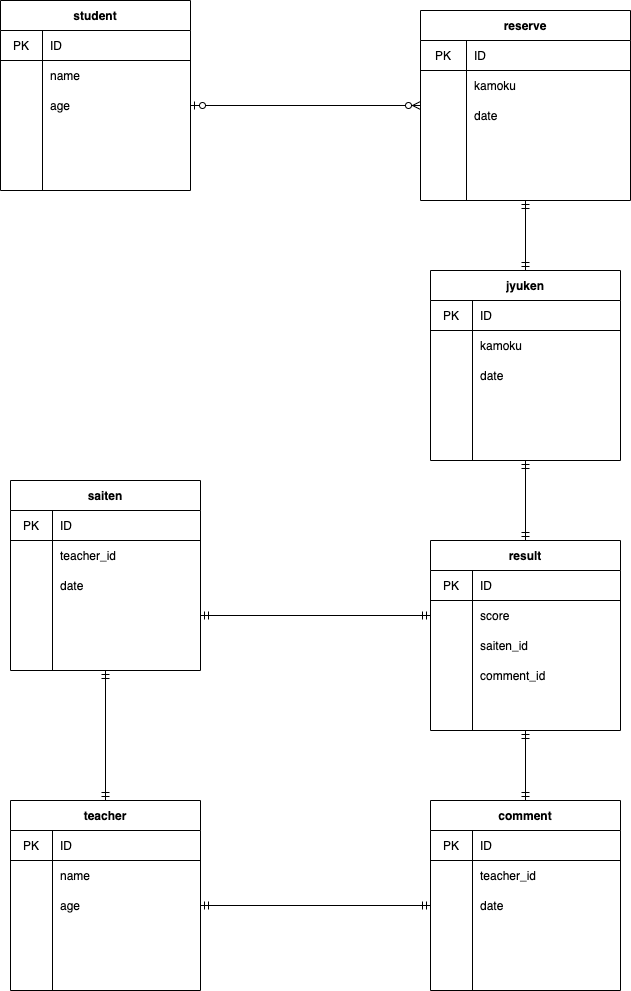
The draw.io diagram index.drawio.png in shota-hash/DATA, before a commit. Source tidied: cells renumbered, new cells last; positions are measured from the earlier drawing's top-left corner, leaving out a move shared by most shapes.
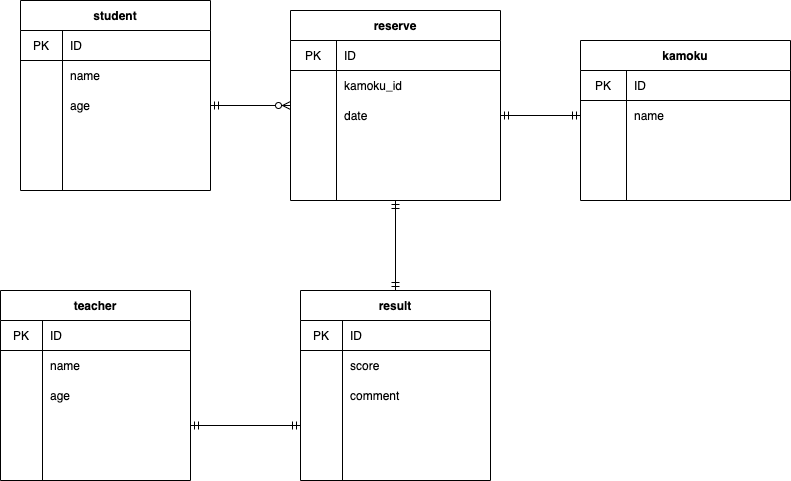
Above is the later version.

Diff of the diagram source:
```diff
@@ -2,11 +2,8 @@
   <root>
     <mxCell id="0" />
     <mxCell id="1" parent="0" />
-    <mxCell id="2" style="edgeStyle=none;rounded=0;jettySize=auto;html=1;exitX=0.5;exitY=0;exitDx=0;exitDy=0;entryX=0.5;entryY=1;entryDx=0;entryDy=0;startArrow=ERmandOne;startFill=0;endArrow=ERmandOne;endFill=0;" parent="1" edge="1" source="3" target="81">
-      <mxGeometry relative="1" as="geometry" />
-    </mxCell>
     <mxCell id="3" value="teacher" style="shape=table;startSize=30;rowLines=0;fontStyle=1;align=center;" parent="1" vertex="1">
-      <mxGeometry x="10" y="800" width="190" height="190" as="geometry" />
+      <mxGeometry x="-80" y="300" width="190" height="190" as="geometry" />
     </mxCell>
     <mxCell id="4" style="shape=partialRectangle;html=1;whiteSpace=wrap;fillColor=none;top=0;left=0;bottom=1;right=0;" parent="3" vertex="1">
       <mxGeometry y="30" width="190" height="30" as="geometry" />
@@ -44,11 +41,8 @@
     <mxCell id="15" style="shape=partialRectangle;html=1;whiteSpace=wrap;fillColor=none;top=0;left=0;bottom=0;right=0;align=left;spacingLeft=6;overflow=hidden;" parent="13" vertex="1">
       <mxGeometry x="42" width="148" height="30" as="geometry" />
     </mxCell>
-    <mxCell id="16" style="edgeStyle=none;rounded=0;jettySize=auto;html=1;exitX=0.5;exitY=1;exitDx=0;exitDy=0;entryX=0.5;entryY=0;entryDx=0;entryDy=0;startArrow=ERmandOne;startFill=0;endArrow=ERmandOne;endFill=0;" parent="1" edge="1" source="17" target="68">
-      <mxGeometry relative="1" as="geometry" />
-    </mxCell>
     <mxCell id="17" value="result" style="shape=table;startSize=30;rowLines=0;fontStyle=1;align=center;" parent="1" vertex="1">
-      <mxGeometry x="430" y="540" width="190" height="190" as="geometry" />
+      <mxGeometry x="220" y="300" width="190" height="190" as="geometry" />
     </mxCell>
     <mxCell id="18" style="shape=partialRectangle;html=1;whiteSpace=wrap;fillColor=none;top=0;left=0;bottom=1;right=0;" parent="17" vertex="1">
       <mxGeometry y="30" width="190" height="30" as="geometry" />
@@ -74,7 +68,7 @@
     <mxCell id="25" style="shape=partialRectangle;html=1;whiteSpace=wrap;fillColor=none;top=0;left=0;bottom=0;right=0;overflow=hidden;" parent="24" vertex="1">
       <mxGeometry width="42" height="30" as="geometry" />
     </mxCell>
-    <mxCell id="26" value="saiten_id" style="shape=partialRectangle;html=1;whiteSpace=wrap;fillColor=none;top=0;left=0;bottom=0;right=0;align=left;spacingLeft=6;overflow=hidden;" parent="24" vertex="1">
+    <mxCell id="26" value="comment" style="shape=partialRectangle;html=1;whiteSpace=wrap;fillColor=none;top=0;left=0;bottom=0;right=0;align=left;spacingLeft=6;overflow=hidden;" parent="24" vertex="1">
       <mxGeometry x="42" width="148" height="30" as="geometry" />
     </mxCell>
     <mxCell id="27" style="shape=partialRectangle;html=1;whiteSpace=wrap;fillColor=none;top=0;left=0;bottom=0;right=0;points=[[0,0.5],[1,0.5]];portConstraint=eastwest;" parent="17" vertex="1">
@@ -83,56 +77,14 @@
     <mxCell id="28" style="shape=partialRectangle;html=1;whiteSpace=wrap;fillColor=none;top=0;left=0;bottom=0;right=0;overflow=hidden;" parent="27" vertex="1">
       <mxGeometry width="42" height="30" as="geometry" />
     </mxCell>
-    <mxCell id="29" value="comment_id" style="shape=partialRectangle;html=1;whiteSpace=wrap;fillColor=none;top=0;left=0;bottom=0;right=0;align=left;spacingLeft=6;overflow=hidden;" parent="27" vertex="1">
+    <mxCell id="29" style="shape=partialRectangle;html=1;whiteSpace=wrap;fillColor=none;top=0;left=0;bottom=0;right=0;align=left;spacingLeft=6;overflow=hidden;" parent="27" vertex="1">
       <mxGeometry x="42" width="148" height="30" as="geometry" />
     </mxCell>
-    <mxCell id="30" style="edgeStyle=none;rounded=0;jettySize=auto;html=1;exitX=0.5;exitY=1;exitDx=0;exitDy=0;entryX=0.5;entryY=0;entryDx=0;entryDy=0;startArrow=ERmandOne;startFill=0;endArrow=ERmandOne;endFill=0;" parent="1" edge="1" source="31" target="17">
-      <mxGeometry relative="1" as="geometry" />
-    </mxCell>
-    <mxCell id="31" value="jyuken" style="shape=table;startSize=30;rowLines=0;fontStyle=1;align=center;" parent="1" vertex="1">
-      <mxGeometry x="430" y="270" width="190" height="190" as="geometry" />
-    </mxCell>
-    <mxCell id="32" style="shape=partialRectangle;html=1;whiteSpace=wrap;fillColor=none;top=0;left=0;bottom=1;right=0;" parent="31" vertex="1">
-      <mxGeometry y="30" width="190" height="30" as="geometry" />
-    </mxCell>
-    <mxCell id="33" value="PK" style="shape=partialRectangle;html=1;whiteSpace=wrap;fillColor=none;top=0;left=0;bottom=0;right=0;overflow=hidden;" parent="32" vertex="1">
-      <mxGeometry width="42" height="30" as="geometry" />
-    </mxCell>
-    <mxCell id="34" value="ID" style="shape=partialRectangle;html=1;whiteSpace=wrap;fillColor=none;top=0;left=0;bottom=0;right=0;align=left;spacingLeft=6;overflow=hidden;" parent="32" vertex="1">
-      <mxGeometry x="42" width="148" height="30" as="geometry" />
-    </mxCell>
-    <mxCell id="35" style="shape=partialRectangle;html=1;whiteSpace=wrap;fillColor=none;top=0;left=0;bottom=0;right=0;" parent="31" vertex="1">
-      <mxGeometry y="60" width="190" height="30" as="geometry" />
-    </mxCell>
-    <mxCell id="36" style="shape=partialRectangle;html=1;whiteSpace=wrap;fillColor=none;top=0;left=0;bottom=0;right=0;overflow=hidden;" parent="35" vertex="1">
-      <mxGeometry width="42" height="30" as="geometry" />
-    </mxCell>
-    <mxCell id="37" value="kamoku" style="shape=partialRectangle;html=1;whiteSpace=wrap;fillColor=none;top=0;left=0;bottom=0;right=0;align=left;spacingLeft=6;overflow=hidden;" parent="35" vertex="1">
-      <mxGeometry x="42" width="148" height="30" as="geometry" />
-    </mxCell>
-    <mxCell id="38" style="shape=partialRectangle;html=1;whiteSpace=wrap;fillColor=none;top=0;left=0;bottom=0;right=0;" parent="31" vertex="1">
-      <mxGeometry y="90" width="190" height="30" as="geometry" />
-    </mxCell>
-    <mxCell id="39" style="shape=partialRectangle;html=1;whiteSpace=wrap;fillColor=none;top=0;left=0;bottom=0;right=0;overflow=hidden;" parent="38" vertex="1">
-      <mxGeometry width="42" height="30" as="geometry" />
-    </mxCell>
-    <mxCell id="40" value="date" style="shape=partialRectangle;html=1;whiteSpace=wrap;fillColor=none;top=0;left=0;bottom=0;right=0;align=left;spacingLeft=6;overflow=hidden;" parent="38" vertex="1">
-      <mxGeometry x="42" width="148" height="30" as="geometry" />
-    </mxCell>
-    <mxCell id="41" style="shape=partialRectangle;html=1;whiteSpace=wrap;fillColor=none;top=0;left=0;bottom=0;right=0;" parent="31" vertex="1">
-      <mxGeometry y="120" width="190" height="30" as="geometry" />
-    </mxCell>
-    <mxCell id="42" style="shape=partialRectangle;html=1;whiteSpace=wrap;fillColor=none;top=0;left=0;bottom=0;right=0;overflow=hidden;" parent="41" vertex="1">
-      <mxGeometry width="42" height="30" as="geometry" />
-    </mxCell>
-    <mxCell id="43" style="shape=partialRectangle;html=1;whiteSpace=wrap;fillColor=none;top=0;left=0;bottom=0;right=0;align=left;spacingLeft=6;overflow=hidden;" parent="41" vertex="1">
-      <mxGeometry x="42" width="148" height="30" as="geometry" />
-    </mxCell>
-    <mxCell id="44" style="edgeStyle=none;rounded=0;jettySize=auto;html=1;exitX=0.5;exitY=1;exitDx=0;exitDy=0;entryX=0.5;entryY=0;entryDx=0;entryDy=0;startArrow=ERmandOne;startFill=0;endArrow=ERmandOne;endFill=0;" parent="1" edge="1" source="45" target="31">
+    <mxCell id="44" style="edgeStyle=none;rounded=0;jettySize=auto;html=1;exitX=0.5;exitY=1;exitDx=0;exitDy=0;entryX=0.5;entryY=0;entryDx=0;entryDy=0;startArrow=ERmandOne;startFill=0;endArrow=ERmandOne;endFill=0;" parent="1" edge="1" source="45" target="17">
       <mxGeometry relative="1" as="geometry" />
     </mxCell>
     <mxCell id="45" value="reserve" style="shape=table;startSize=30;rowLines=0;fontStyle=1;align=center;" parent="1" vertex="1">
-      <mxGeometry x="420" y="10" width="210" height="190" as="geometry" />
+      <mxGeometry x="210" y="20" width="210" height="190" as="geometry" />
     </mxCell>
     <mxCell id="46" style="shape=partialRectangle;html=1;whiteSpace=wrap;fillColor=none;top=0;left=0;bottom=1;right=0;" parent="45" vertex="1">
       <mxGeometry y="30" width="210" height="30" as="geometry" />
@@ -149,7 +101,7 @@
     <mxCell id="50" style="shape=partialRectangle;html=1;whiteSpace=wrap;fillColor=none;top=0;left=0;bottom=0;right=0;overflow=hidden;" parent="49" vertex="1">
       <mxGeometry width="46" height="30" as="geometry" />
     </mxCell>
-    <mxCell id="51" value="kamoku" style="shape=partialRectangle;html=1;whiteSpace=wrap;fillColor=none;top=0;left=0;bottom=0;right=0;align=left;spacingLeft=6;overflow=hidden;" parent="49" vertex="1">
+    <mxCell id="51" value="kamoku_id" style="shape=partialRectangle;html=1;whiteSpace=wrap;fillColor=none;top=0;left=0;bottom=0;right=0;align=left;spacingLeft=6;overflow=hidden;" parent="49" vertex="1">
       <mxGeometry x="46" width="164" height="30" as="geometry" />
     </mxCell>
     <mxCell id="52" style="shape=partialRectangle;html=1;whiteSpace=wrap;fillColor=none;top=0;left=0;bottom=0;right=0;points=[[0,0.5],[1,0.5]];portConstraint=eastwest;" parent="45" vertex="1">
@@ -162,7 +114,7 @@
       <mxGeometry x="46" width="164" height="30" as="geometry" />
     </mxCell>
     <mxCell id="55" value="student" style="shape=table;startSize=30;rowLines=0;fontStyle=1;align=center;" parent="1" vertex="1">
-      <mxGeometry width="190" height="190" as="geometry" />
+      <mxGeometry x="-60" y="10" width="190" height="190" as="geometry" />
     </mxCell>
     <mxCell id="56" style="shape=partialRectangle;html=1;whiteSpace=wrap;fillColor=none;top=0;left=0;bottom=1;right=0;" parent="55" vertex="1">
       <mxGeometry y="30" width="190" height="30" as="geometry" />
@@ -200,92 +152,35 @@
     <mxCell id="67" style="shape=partialRectangle;html=1;whiteSpace=wrap;fillColor=none;top=0;left=0;bottom=0;right=0;align=left;spacingLeft=6;overflow=hidden;" parent="65" vertex="1">
       <mxGeometry x="42" width="148" height="30" as="geometry" />
     </mxCell>
-    <mxCell id="68" value="comment" style="shape=table;startSize=30;rowLines=0;fontStyle=1;align=center;" parent="1" vertex="1">
-      <mxGeometry x="430" y="800" width="190" height="190" as="geometry" />
-    </mxCell>
-    <mxCell id="69" style="shape=partialRectangle;html=1;whiteSpace=wrap;fillColor=none;top=0;left=0;bottom=1;right=0;" parent="68" vertex="1">
-      <mxGeometry y="30" width="190" height="30" as="geometry" />
-    </mxCell>
-    <mxCell id="70" value="PK" style="shape=partialRectangle;html=1;whiteSpace=wrap;fillColor=none;top=0;left=0;bottom=0;right=0;overflow=hidden;" parent="69" vertex="1">
-      <mxGeometry width="42" height="30" as="geometry" />
-    </mxCell>
-    <mxCell id="71" value="ID" style="shape=partialRectangle;html=1;whiteSpace=wrap;fillColor=none;top=0;left=0;bottom=0;right=0;align=left;spacingLeft=6;overflow=hidden;" parent="69" vertex="1">
-      <mxGeometry x="42" width="148" height="30" as="geometry" />
-    </mxCell>
-    <mxCell id="72" style="shape=partialRectangle;html=1;whiteSpace=wrap;fillColor=none;top=0;left=0;bottom=0;right=0;" parent="68" vertex="1">
-      <mxGeometry y="60" width="190" height="30" as="geometry" />
-    </mxCell>
-    <mxCell id="73" style="shape=partialRectangle;html=1;whiteSpace=wrap;fillColor=none;top=0;left=0;bottom=0;right=0;overflow=hidden;" parent="72" vertex="1">
-      <mxGeometry width="42" height="30" as="geometry" />
-    </mxCell>
-    <mxCell id="74" value="teacher_id" style="shape=partialRectangle;html=1;whiteSpace=wrap;fillColor=none;top=0;left=0;bottom=0;right=0;align=left;spacingLeft=6;overflow=hidden;" parent="72" vertex="1">
-      <mxGeometry x="42" width="148" height="30" as="geometry" />
-    </mxCell>
-    <mxCell id="75" style="shape=partialRectangle;html=1;whiteSpace=wrap;fillColor=none;top=0;left=0;bottom=0;right=0;points=[[0,0.5],[1,0.5]];portConstraint=eastwest;" parent="68" vertex="1">
-      <mxGeometry y="90" width="190" height="30" as="geometry" />
-    </mxCell>
-    <mxCell id="76" style="shape=partialRectangle;html=1;whiteSpace=wrap;fillColor=none;top=0;left=0;bottom=0;right=0;overflow=hidden;" parent="75" vertex="1">
-      <mxGeometry width="42" height="30" as="geometry" />
-    </mxCell>
-    <mxCell id="77" value="date" style="shape=partialRectangle;html=1;whiteSpace=wrap;fillColor=none;top=0;left=0;bottom=0;right=0;align=left;spacingLeft=6;overflow=hidden;" parent="75" vertex="1">
-      <mxGeometry x="42" width="148" height="30" as="geometry" />
-    </mxCell>
-    <mxCell id="78" style="shape=partialRectangle;html=1;whiteSpace=wrap;fillColor=none;top=0;left=0;bottom=0;right=0;" parent="68" vertex="1">
-      <mxGeometry y="120" width="190" height="30" as="geometry" />
-    </mxCell>
-    <mxCell id="79" style="shape=partialRectangle;html=1;whiteSpace=wrap;fillColor=none;top=0;left=0;bottom=0;right=0;overflow=hidden;" parent="78" vertex="1">
-      <mxGeometry width="42" height="30" as="geometry" />
-    </mxCell>
-    <mxCell id="80" style="shape=partialRectangle;html=1;whiteSpace=wrap;fillColor=none;top=0;left=0;bottom=0;right=0;align=left;spacingLeft=6;overflow=hidden;" parent="78" vertex="1">
-      <mxGeometry x="42" width="148" height="30" as="geometry" />
-    </mxCell>
-    <mxCell id="81" value="saiten" style="shape=table;startSize=30;rowLines=0;fontStyle=1;align=center;" parent="1" vertex="1">
-      <mxGeometry x="10" y="480" width="190" height="190" as="geometry" />
-    </mxCell>
-    <mxCell id="82" style="shape=partialRectangle;html=1;whiteSpace=wrap;fillColor=none;top=0;left=0;bottom=1;right=0;" parent="81" vertex="1">
-      <mxGeometry y="30" width="190" height="30" as="geometry" />
-    </mxCell>
-    <mxCell id="83" value="PK" style="shape=partialRectangle;html=1;whiteSpace=wrap;fillColor=none;top=0;left=0;bottom=0;right=0;overflow=hidden;" parent="82" vertex="1">
-      <mxGeometry width="42" height="30" as="geometry" />
-    </mxCell>
-    <mxCell id="84" value="ID" style="shape=partialRectangle;html=1;whiteSpace=wrap;fillColor=none;top=0;left=0;bottom=0;right=0;align=left;spacingLeft=6;overflow=hidden;" parent="82" vertex="1">
-      <mxGeometry x="42" width="148" height="30" as="geometry" />
-    </mxCell>
-    <mxCell id="85" style="shape=partialRectangle;html=1;whiteSpace=wrap;fillColor=none;top=0;left=0;bottom=0;right=0;" parent="81" vertex="1">
-      <mxGeometry y="60" width="190" height="30" as="geometry" />
-    </mxCell>
-    <mxCell id="86" style="shape=partialRectangle;html=1;whiteSpace=wrap;fillColor=none;top=0;left=0;bottom=0;right=0;overflow=hidden;" parent="85" vertex="1">
-      <mxGeometry width="42" height="30" as="geometry" />
-    </mxCell>
-    <mxCell id="87" value="teacher_id" style="shape=partialRectangle;html=1;whiteSpace=wrap;fillColor=none;top=0;left=0;bottom=0;right=0;align=left;spacingLeft=6;overflow=hidden;" parent="85" vertex="1">
-      <mxGeometry x="42" width="148" height="30" as="geometry" />
-    </mxCell>
-    <mxCell id="88" style="shape=partialRectangle;html=1;whiteSpace=wrap;fillColor=none;top=0;left=0;bottom=0;right=0;" parent="81" vertex="1">
-      <mxGeometry y="90" width="190" height="30" as="geometry" />
-    </mxCell>
-    <mxCell id="89" style="shape=partialRectangle;html=1;whiteSpace=wrap;fillColor=none;top=0;left=0;bottom=0;right=0;overflow=hidden;" parent="88" vertex="1">
-      <mxGeometry width="42" height="30" as="geometry" />
-    </mxCell>
-    <mxCell id="90" value="date" style="shape=partialRectangle;html=1;whiteSpace=wrap;fillColor=none;top=0;left=0;bottom=0;right=0;align=left;spacingLeft=6;overflow=hidden;" parent="88" vertex="1">
-      <mxGeometry x="42" width="148" height="30" as="geometry" />
-    </mxCell>
-    <mxCell id="91" style="shape=partialRectangle;html=1;whiteSpace=wrap;fillColor=none;top=0;left=0;bottom=0;right=0;points=[[0,0.5],[1,0.5]];portConstraint=eastwest;" parent="81" vertex="1">
-      <mxGeometry y="120" width="190" height="30" as="geometry" />
-    </mxCell>
-    <mxCell id="92" style="shape=partialRectangle;html=1;whiteSpace=wrap;fillColor=none;top=0;left=0;bottom=0;right=0;overflow=hidden;" parent="91" vertex="1">
-      <mxGeometry width="42" height="30" as="geometry" />
-    </mxCell>
-    <mxCell id="93" style="shape=partialRectangle;html=1;whiteSpace=wrap;fillColor=none;top=0;left=0;bottom=0;right=0;align=left;spacingLeft=6;overflow=hidden;" parent="91" vertex="1">
-      <mxGeometry x="42" width="148" height="30" as="geometry" />
-    </mxCell>
-    <mxCell id="94" style="rounded=0;jettySize=auto;html=1;exitX=1;exitY=0.5;exitDx=0;exitDy=0;entryX=0;entryY=0.5;entryDx=0;entryDy=0;startArrow=ERzeroToOne;startFill=1;endArrow=ERzeroToMany;endFill=1;" parent="1" edge="1" source="62" target="45">
+    <mxCell id="94" style="rounded=0;jettySize=auto;html=1;exitX=1;exitY=0.5;exitDx=0;exitDy=0;entryX=0;entryY=0.5;entryDx=0;entryDy=0;startArrow=ERmandOne;startFill=0;endArrow=ERzeroToMany;endFill=1;" parent="1" edge="1" source="62" target="45">
       <mxGeometry relative="1" as="geometry" />
     </mxCell>
-    <mxCell id="95" style="edgeStyle=none;rounded=0;jettySize=auto;html=1;exitX=1;exitY=0.5;exitDx=0;exitDy=0;entryX=0;entryY=0.5;entryDx=0;entryDy=0;startArrow=ERmandOne;startFill=0;endArrow=ERmandOne;endFill=0;" parent="1" edge="1" source="91" target="21">
-      <mxGeometry relative="1" as="geometry" />
-    </mxCell>
-    <mxCell id="96" style="edgeStyle=none;rounded=0;jettySize=auto;html=1;exitX=1;exitY=0.5;exitDx=0;exitDy=0;entryX=0;entryY=0.5;entryDx=0;entryDy=0;startArrow=ERmandOne;startFill=0;endArrow=ERmandOne;endFill=0;" parent="1" edge="1" source="10" target="75">
-      <mxGeometry relative="1" as="geometry" />
-    </mxCell>
+    <mxCell id="37" value="kamoku" style="shape=table;startSize=30;rowLines=0;fontStyle=1;align=center;" parent="1" vertex="1">
+      <mxGeometry x="500" y="50" width="210" height="160" as="geometry" />
+    </mxCell>
+    <mxCell id="97" style="shape=partialRectangle;html=1;whiteSpace=wrap;fillColor=none;top=0;left=0;bottom=1;right=0;" parent="37" vertex="1">
+      <mxGeometry y="30" width="210" height="30" as="geometry" />
+    </mxCell>
+    <mxCell id="98" value="PK" style="shape=partialRectangle;html=1;whiteSpace=wrap;fillColor=none;top=0;left=0;bottom=0;right=0;overflow=hidden;" parent="97" vertex="1">
+      <mxGeometry width="46" height="30" as="geometry" />
+    </mxCell>
+    <mxCell id="99" value="ID" style="shape=partialRectangle;html=1;whiteSpace=wrap;fillColor=none;top=0;left=0;bottom=0;right=0;align=left;spacingLeft=6;overflow=hidden;" parent="97" vertex="1">
+      <mxGeometry x="46" width="164" height="30" as="geometry" />
+    </mxCell>
+    <mxCell id="100" style="shape=partialRectangle;html=1;whiteSpace=wrap;fillColor=none;top=0;left=0;bottom=0;right=0;points=[[0,0.5],[1,0.5]];portConstraint=eastwest;" parent="37" vertex="1">
+      <mxGeometry y="60" width="210" height="30" as="geometry" />
+    </mxCell>
+    <mxCell id="101" style="shape=partialRectangle;html=1;whiteSpace=wrap;fillColor=none;top=0;left=0;bottom=0;right=0;overflow=hidden;" parent="100" vertex="1">
+      <mxGeometry width="46" height="30" as="geometry" />
+    </mxCell>
+    <mxCell id="102" value="name" style="shape=partialRectangle;html=1;whiteSpace=wrap;fillColor=none;top=0;left=0;bottom=0;right=0;align=left;spacingLeft=6;overflow=hidden;" parent="100" vertex="1">
+      <mxGeometry x="46" width="164" height="30" as="geometry" />
+    </mxCell>
+    <mxCell id="103" style="rounded=0;jettySize=auto;html=1;exitX=1;exitY=0.5;exitDx=0;exitDy=0;entryX=0;entryY=0.5;entryDx=0;entryDy=0;startArrow=ERmandOne;startFill=0;endArrow=ERmandOne;endFill=0;" parent="1" edge="1" source="52" target="100">
+      <mxGeometry relative="1" as="geometry" />
+    </mxCell>
+    <mxCell id="104" style="edgeStyle=none;rounded=0;jettySize=auto;html=1;exitX=1;exitY=0.5;exitDx=0;exitDy=0;entryX=0;entryY=0.5;entryDx=0;entryDy=0;startArrow=ERmandOne;startFill=0;endArrow=ERmandOne;endFill=0;" parent="1" edge="1" source="13" target="27">
+      <mxGeometry relative="1" as="geometry" />
+    </mxCell>
   </root>
 </mxGraphModel>
```
